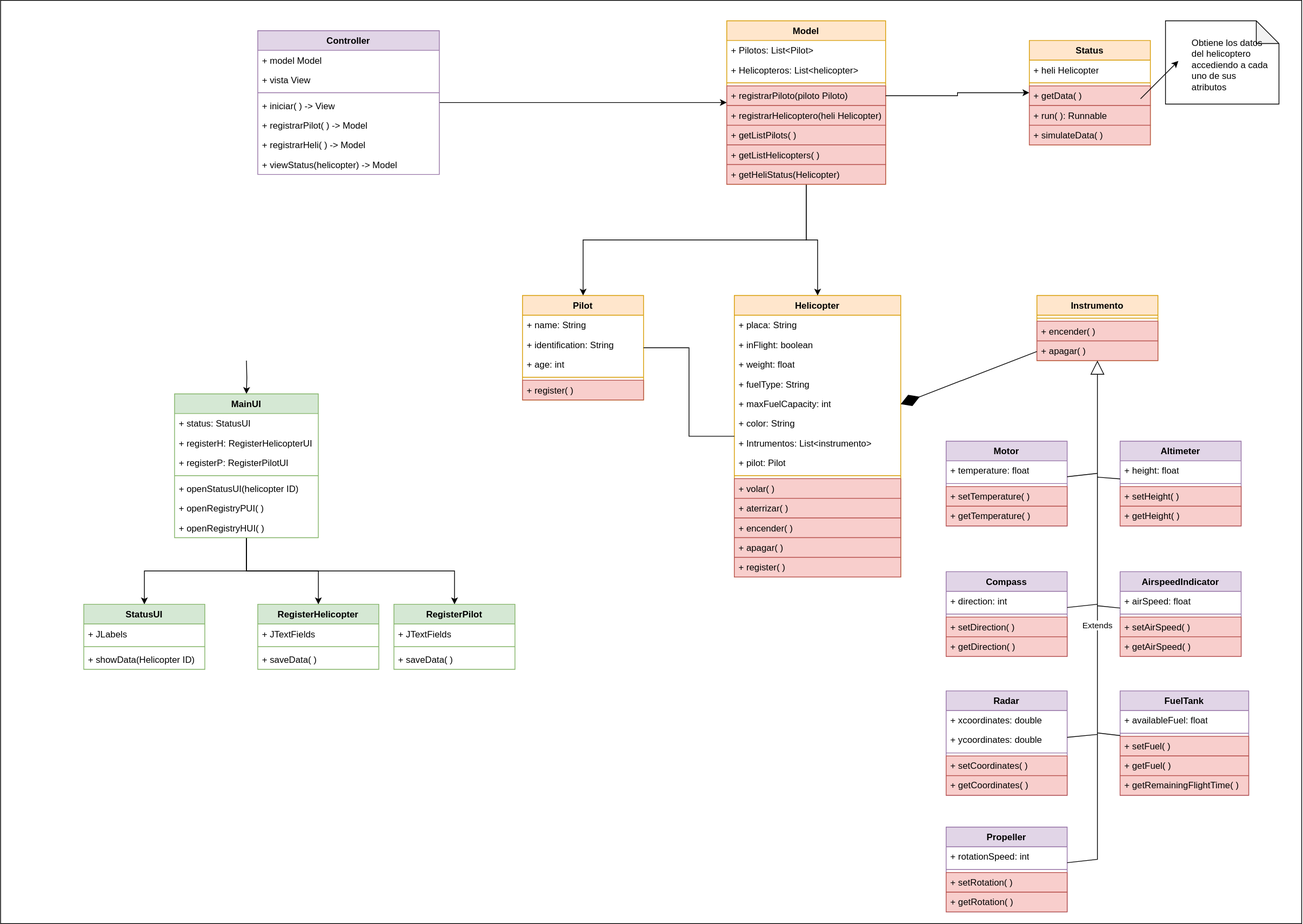
This is diagram.drawio.svg from benjiliang/Helicopter, a draw.io export, as it was before one commit. Source tidied: cells renumbered, new cells last; positions are measured from the earlier drawing's top-left corner, leaving out a move shared by most shapes.
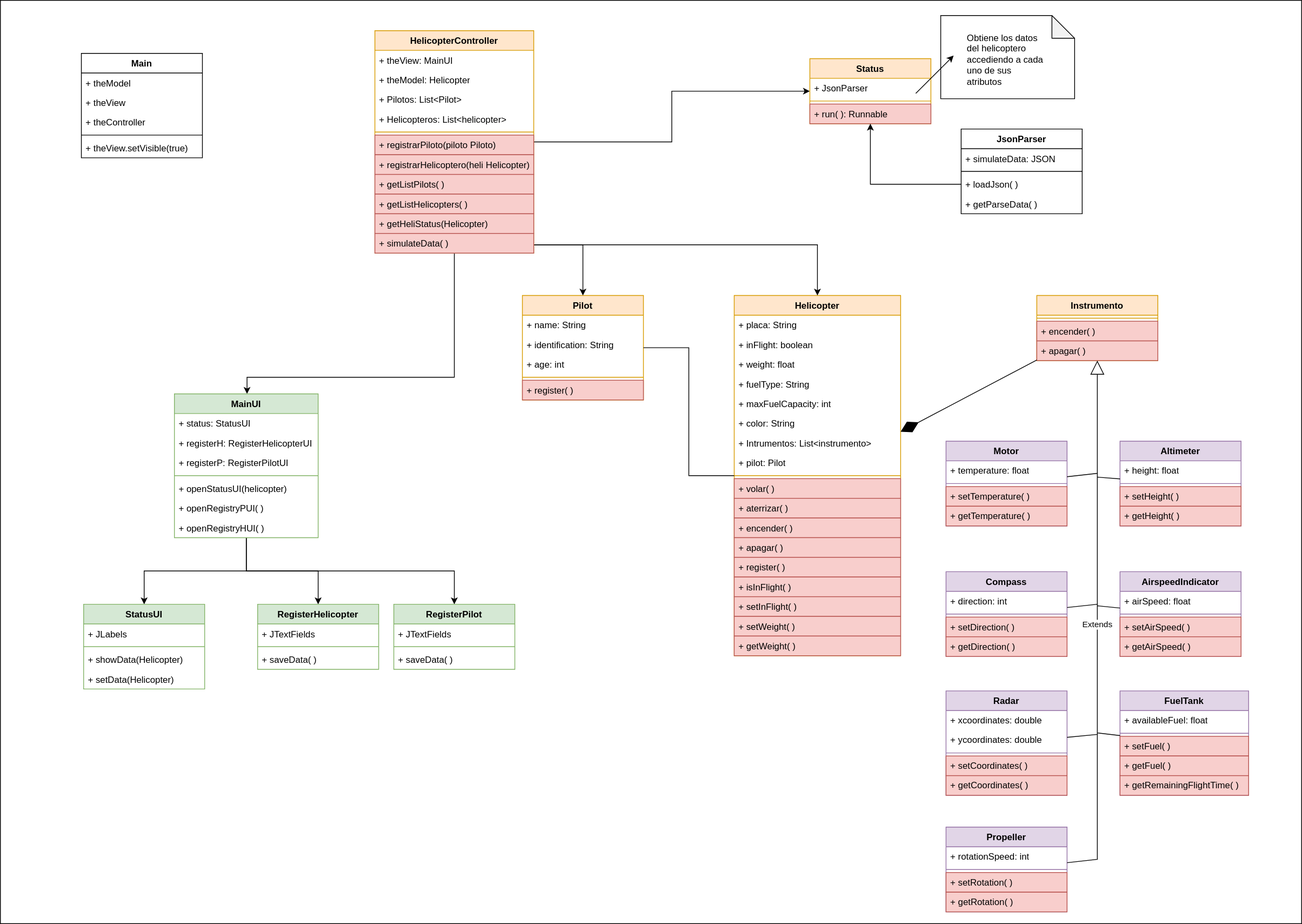
After the change.

Change to the diagram source:
```diff
@@ -26,3 +26,3 @@
     <mxCell id="9" value="Helicopter" style="swimlane;fontStyle=1;align=center;verticalAlign=top;horizontal=1;startSize=26;whiteSpace=wrap;html=1;fillColor=#ffe6cc;strokeColor=#d79b00;" parent="1" vertex="1">
-      <mxGeometry x="970" y="390" width="220" height="372" as="geometry" />
+      <mxGeometry x="970" y="390" width="220" height="476" as="geometry" />
     </mxCell>
@@ -67,4 +67,16 @@
     </mxCell>
+    <mxCell id="128" value="+ register( )" style="text;strokeColor=#b85450;fillColor=#f8cecc;align=left;verticalAlign=top;spacingLeft=4;spacingRight=4;overflow=hidden;whiteSpace=wrap;html=1;" parent="9" vertex="1">
+      <mxGeometry y="346" width="220" height="26" as="geometry" />
+    </mxCell>
+    <mxCell id="129" value="&lt;div&gt;+ isInFlight( )&lt;/div&gt;" style="text;strokeColor=#b85450;fillColor=#f8cecc;align=left;verticalAlign=top;spacingLeft=4;spacingRight=4;overflow=hidden;whiteSpace=wrap;html=1;" parent="9" vertex="1">
+      <mxGeometry y="372" width="220" height="26" as="geometry" />
+    </mxCell>
+    <mxCell id="130" value="&lt;div&gt;+ setInFlight( )&lt;/div&gt;" style="text;strokeColor=#b85450;fillColor=#f8cecc;align=left;verticalAlign=top;spacingLeft=4;spacingRight=4;overflow=hidden;whiteSpace=wrap;html=1;" parent="9" vertex="1">
+      <mxGeometry y="398" width="220" height="26" as="geometry" />
+    </mxCell>
+    <mxCell id="131" value="&lt;div&gt;+ setWeight( )&lt;/div&gt;" style="text;strokeColor=#b85450;fillColor=#f8cecc;align=left;verticalAlign=top;spacingLeft=4;spacingRight=4;overflow=hidden;whiteSpace=wrap;html=1;" parent="9" vertex="1">
+      <mxGeometry y="424" width="220" height="26" as="geometry" />
+    </mxCell>
-    <mxCell id="23" value="+ register( )" style="text;strokeColor=#b85450;fillColor=#f8cecc;align=left;verticalAlign=top;spacingLeft=4;spacingRight=4;overflow=hidden;whiteSpace=wrap;html=1;" parent="9" vertex="1">
-      <mxGeometry y="346" width="220" height="26" as="geometry" />
+    <mxCell id="23" value="&lt;div&gt;+ getWeight( )&lt;/div&gt;" style="text;strokeColor=#b85450;fillColor=#f8cecc;align=left;verticalAlign=top;spacingLeft=4;spacingRight=4;overflow=hidden;whiteSpace=wrap;html=1;" parent="9" vertex="1">
+      <mxGeometry y="450" width="220" height="26" as="geometry" />
     </mxCell>
@@ -236,5 +248,8 @@
     </mxCell>
-    <mxCell id="74" style="edgeStyle=orthogonalEdgeStyle;rounded=0;jettySize=auto;html=1;exitX=0.5;exitY=1;exitDx=0;exitDy=0;" parent="1" edge="1" target="78">
+    <mxCell id="74" style="edgeStyle=orthogonalEdgeStyle;rounded=0;jettySize=auto;html=1;" parent="1" edge="1" source="100" target="78">
       <mxGeometry relative="1" as="geometry">
-        <mxPoint x="325" y="476" as="sourcePoint" />
+        <Array as="points">
+          <mxPoint x="600" y="498" />
+          <mxPoint x="326" y="498" />
+        </Array>
       </mxGeometry>
@@ -265,3 +280,3 @@
     </mxCell>
-    <mxCell id="83" value="+ openStatusUI(helicopter ID)" style="text;strokeColor=none;fillColor=none;align=left;verticalAlign=top;spacingLeft=4;spacingRight=4;overflow=hidden;whiteSpace=wrap;html=1;" parent="78" vertex="1">
+    <mxCell id="83" value="&lt;div&gt;+ openStatusUI(helicopter)&lt;/div&gt;" style="text;strokeColor=none;fillColor=none;align=left;verticalAlign=top;spacingLeft=4;spacingRight=4;overflow=hidden;whiteSpace=wrap;html=1;" parent="78" vertex="1">
       <mxGeometry y="112" width="190" height="26" as="geometry" />
@@ -275,3 +290,3 @@
     <mxCell id="86" value="StatusUI" style="swimlane;fontStyle=1;align=center;verticalAlign=top;horizontal=1;startSize=26;whiteSpace=wrap;html=1;fillColor=#d5e8d4;strokeColor=#82b366;" parent="1" vertex="1">
-      <mxGeometry x="110" y="798" width="160" height="86" as="geometry" />
+      <mxGeometry x="110" y="798" width="160" height="112" as="geometry" />
     </mxCell>
@@ -283,4 +298,7 @@
     </mxCell>
+    <mxCell id="132" value="+ showData(Helicopter)" style="text;strokeColor=none;fillColor=none;align=left;verticalAlign=top;spacingLeft=4;spacingRight=4;overflow=hidden;whiteSpace=wrap;html=1;" parent="86" vertex="1">
+      <mxGeometry y="60" width="160" height="26" as="geometry" />
+    </mxCell>
-    <mxCell id="89" value="+ showData(Helicopter ID)" style="text;strokeColor=none;fillColor=none;align=left;verticalAlign=top;spacingLeft=4;spacingRight=4;overflow=hidden;whiteSpace=wrap;html=1;" parent="86" vertex="1">
-      <mxGeometry y="60" width="160" height="26" as="geometry" />
+    <mxCell id="89" value="+ setData(Helicopter)" style="text;strokeColor=none;fillColor=none;align=left;verticalAlign=top;spacingLeft=4;spacingRight=4;overflow=hidden;whiteSpace=wrap;html=1;" parent="86" vertex="1">
+      <mxGeometry y="86" width="160" height="26" as="geometry" />
     </mxCell>
@@ -311,65 +329,62 @@
     <mxCell id="98" style="edgeStyle=orthogonalEdgeStyle;rounded=0;jettySize=auto;html=1;exitX=0.5;exitY=1;exitDx=0;exitDy=0;" parent="1" edge="1" source="100" target="9">
-      <mxGeometry relative="1" as="geometry" />
+      <mxGeometry relative="1" as="geometry">
+        <Array as="points">
+          <mxPoint x="660" y="256" />
+          <mxPoint x="660" y="323" />
+          <mxPoint x="1080" y="323" />
+        </Array>
+      </mxGeometry>
     </mxCell>
     <mxCell id="99" style="edgeStyle=orthogonalEdgeStyle;rounded=0;jettySize=auto;html=1;exitX=0.5;exitY=1;exitDx=0;exitDy=0;" parent="1" edge="1" source="100" target="3">
-      <mxGeometry relative="1" as="geometry" />
+      <mxGeometry relative="1" as="geometry">
+        <Array as="points">
+          <mxPoint x="660" y="256" />
+          <mxPoint x="660" y="323" />
+          <mxPoint x="770" y="323" />
+        </Array>
+      </mxGeometry>
     </mxCell>
+    <mxCell id="133" style="edgeStyle=orthogonalEdgeStyle;rounded=0;jettySize=auto;html=1;" parent="1" edge="1" source="100" target="118">
+      <mxGeometry relative="1" as="geometry" />
+    </mxCell>
-    <mxCell id="100" value="Model" style="swimlane;fontStyle=1;align=center;verticalAlign=top;horizontal=1;startSize=26;whiteSpace=wrap;html=1;fillColor=#ffe6cc;strokeColor=#d79b00;" parent="1" vertex="1">
-      <mxGeometry x="960" y="27" width="210" height="216" as="geometry" />
+    <mxCell id="100" value="HelicopterController" style="swimlane;fontStyle=1;align=center;verticalAlign=top;horizontal=1;startSize=26;whiteSpace=wrap;html=1;fillColor=#ffe6cc;strokeColor=#d79b00;" parent="1" vertex="1">
+      <mxGeometry x="495" y="40" width="210" height="294" as="geometry" />
     </mxCell>
+    <mxCell id="134" value="+ theView: MainUI" style="text;strokeColor=none;fillColor=none;align=left;verticalAlign=top;spacingLeft=4;spacingRight=4;overflow=hidden;whiteSpace=wrap;html=1;" parent="100" vertex="1">
+      <mxGeometry y="26" width="210" height="26" as="geometry" />
+    </mxCell>
+    <mxCell id="135" value="+ theModel: Helicopter" style="text;strokeColor=none;fillColor=none;align=left;verticalAlign=top;spacingLeft=4;spacingRight=4;overflow=hidden;whiteSpace=wrap;html=1;" parent="100" vertex="1">
+      <mxGeometry y="52" width="210" height="26" as="geometry" />
+    </mxCell>
     <mxCell id="101" value="+ Pilotos: List&amp;lt;Pilot&amp;gt;" style="text;strokeColor=none;fillColor=none;align=left;verticalAlign=top;spacingLeft=4;spacingRight=4;overflow=hidden;whiteSpace=wrap;html=1;" parent="100" vertex="1">
-      <mxGeometry y="26" width="210" height="26" as="geometry" />
+      <mxGeometry y="78" width="210" height="26" as="geometry" />
     </mxCell>
     <mxCell id="102" value="+ Helicopteros: List&amp;lt;helicopter&amp;gt;" style="text;strokeColor=none;fillColor=none;align=left;verticalAlign=top;spacingLeft=4;spacingRight=4;overflow=hidden;whiteSpace=wrap;html=1;" parent="100" vertex="1">
-      <mxGeometry y="52" width="210" height="26" as="geometry" />
+      <mxGeometry y="104" width="210" height="26" as="geometry" />
     </mxCell>
     <mxCell id="103" style="line;strokeWidth=1;fillColor=none;align=left;verticalAlign=middle;spacingTop=-1;spacingLeft=3;spacingRight=3;labelPosition=right;strokeColor=inherit;" parent="100" vertex="1">
-      <mxGeometry y="78" width="210" height="8" as="geometry" />
+      <mxGeometry y="130" width="210" height="8" as="geometry" />
     </mxCell>
     <mxCell id="104" value="+ registrarPiloto(piloto Piloto)" style="text;strokeColor=#b85450;fillColor=#f8cecc;align=left;verticalAlign=top;spacingLeft=4;spacingRight=4;overflow=hidden;points=[[0,0.5],[1,0.5]];portConstraint=eastwest;whiteSpace=wrap;html=1;" parent="100" vertex="1">
-      <mxGeometry y="86" width="210" height="26" as="geometry" />
+      <mxGeometry y="138" width="210" height="26" as="geometry" />
     </mxCell>
     <mxCell id="105" value="+ registrarHelicoptero(heli Helicopter)" style="text;strokeColor=#b85450;fillColor=#f8cecc;align=left;verticalAlign=top;spacingLeft=4;spacingRight=4;overflow=hidden;whiteSpace=wrap;html=1;" parent="100" vertex="1">
-      <mxGeometry y="112" width="210" height="26" as="geometry" />
+      <mxGeometry y="164" width="210" height="26" as="geometry" />
     </mxCell>
     <mxCell id="106" value="+ getListPilots( )" style="text;strokeColor=#b85450;fillColor=#f8cecc;align=left;verticalAlign=top;spacingLeft=4;spacingRight=4;overflow=hidden;whiteSpace=wrap;html=1;" parent="100" vertex="1">
-      <mxGeometry y="138" width="210" height="26" as="geometry" />
+      <mxGeometry y="190" width="210" height="26" as="geometry" />
     </mxCell>
     <mxCell id="107" value="+ getListHelicopters( )" style="text;strokeColor=#b85450;fillColor=#f8cecc;align=left;verticalAlign=top;spacingLeft=4;spacingRight=4;overflow=hidden;whiteSpace=wrap;html=1;" parent="100" vertex="1">
-      <mxGeometry y="164" width="210" height="26" as="geometry" />
+      <mxGeometry y="216" width="210" height="26" as="geometry" />
     </mxCell>
     <mxCell id="108" value="+ getHeliStatus(Helicopter)" style="text;strokeColor=#b85450;fillColor=#f8cecc;align=left;verticalAlign=top;spacingLeft=4;spacingRight=4;overflow=hidden;whiteSpace=wrap;html=1;" parent="100" vertex="1">
-      <mxGeometry y="190" width="210" height="26" as="geometry" />
+      <mxGeometry y="242" width="210" height="26" as="geometry" />
     </mxCell>
-    <mxCell id="109" style="edgeStyle=orthogonalEdgeStyle;rounded=0;jettySize=auto;html=1;exitX=1;exitY=0.5;exitDx=0;exitDy=0;" parent="1" edge="1" source="110" target="100">
-      <mxGeometry relative="1" as="geometry" />
-    </mxCell>
-    <mxCell id="110" value="Controller" style="swimlane;fontStyle=1;align=center;verticalAlign=top;horizontal=1;startSize=26;whiteSpace=wrap;html=1;fillColor=#e1d5e7;strokeColor=#9673a6;" parent="1" vertex="1">
-      <mxGeometry x="340" y="40" width="240" height="190" as="geometry" />
-    </mxCell>
-    <mxCell id="111" value="+ model Model" style="text;strokeColor=none;fillColor=none;align=left;verticalAlign=top;spacingLeft=4;spacingRight=4;overflow=hidden;whiteSpace=wrap;html=1;" parent="110" vertex="1">
-      <mxGeometry y="26" width="240" height="26" as="geometry" />
-    </mxCell>
-    <mxCell id="112" value="+ vista View" style="text;strokeColor=none;fillColor=none;align=left;verticalAlign=top;spacingLeft=4;spacingRight=4;overflow=hidden;whiteSpace=wrap;html=1;" parent="110" vertex="1">
-      <mxGeometry y="52" width="240" height="26" as="geometry" />
-    </mxCell>
-    <mxCell id="113" style="line;strokeWidth=1;fillColor=none;align=left;verticalAlign=middle;spacingTop=-1;spacingLeft=3;spacingRight=3;labelPosition=right;strokeColor=inherit;" parent="110" vertex="1">
-      <mxGeometry y="78" width="240" height="8" as="geometry" />
-    </mxCell>
-    <mxCell id="114" value="+ iniciar( ) -&amp;gt; View" style="text;strokeColor=none;fillColor=none;align=left;verticalAlign=top;spacingLeft=4;spacingRight=4;overflow=hidden;whiteSpace=wrap;html=1;" parent="110" vertex="1">
-      <mxGeometry y="86" width="240" height="26" as="geometry" />
-    </mxCell>
-    <mxCell id="115" value="+ registrarPilot( ) -&amp;gt; Model" style="text;strokeColor=none;fillColor=none;align=left;verticalAlign=top;spacingLeft=4;spacingRight=4;overflow=hidden;whiteSpace=wrap;html=1;" parent="110" vertex="1">
-      <mxGeometry y="112" width="240" height="26" as="geometry" />
-    </mxCell>
-    <mxCell id="116" value="+ registrarHeli( ) -&amp;gt; Model" style="text;strokeColor=none;fillColor=none;align=left;verticalAlign=top;spacingLeft=4;spacingRight=4;overflow=hidden;whiteSpace=wrap;html=1;" parent="110" vertex="1">
-      <mxGeometry y="138" width="240" height="26" as="geometry" />
-    </mxCell>
-    <mxCell id="117" value="+ viewStatus(helicopter) -&amp;gt; Model" style="text;strokeColor=none;fillColor=none;align=left;verticalAlign=top;spacingLeft=4;spacingRight=4;overflow=hidden;whiteSpace=wrap;html=1;" parent="110" vertex="1">
-      <mxGeometry y="164" width="240" height="26" as="geometry" />
-    </mxCell>
+    <mxCell id="123" value="+ simulateData( )" style="text;strokeColor=#b85450;fillColor=#f8cecc;align=left;verticalAlign=top;spacingLeft=4;spacingRight=4;overflow=hidden;whiteSpace=wrap;html=1;" parent="100" vertex="1">
+      <mxGeometry y="268" width="210" height="26" as="geometry" />
+    </mxCell>
     <mxCell id="118" value="Status" style="swimlane;fontStyle=1;align=center;verticalAlign=top;horizontal=1;startSize=26;whiteSpace=wrap;html=1;fillColor=#ffe6cc;strokeColor=#d79b00;" parent="1" vertex="1">
-      <mxGeometry x="1360" y="53" width="160" height="138" as="geometry" />
+      <mxGeometry x="1070" y="77" width="160" height="86" as="geometry" />
     </mxCell>
-    <mxCell id="119" value="+ heli Helicopter" style="text;strokeColor=none;fillColor=none;align=left;verticalAlign=top;spacingLeft=4;spacingRight=4;overflow=hidden;whiteSpace=wrap;html=1;" parent="118" vertex="1">
+    <mxCell id="119" value="+ JsonParser" style="text;strokeColor=none;fillColor=none;align=left;verticalAlign=top;spacingLeft=4;spacingRight=4;overflow=hidden;whiteSpace=wrap;html=1;" parent="118" vertex="1">
       <mxGeometry y="26" width="160" height="26" as="geometry" />
@@ -379,19 +394,10 @@
     </mxCell>
-    <mxCell id="121" value="+ getData( )" style="text;strokeColor=#b85450;fillColor=#f8cecc;align=left;verticalAlign=top;spacingLeft=4;spacingRight=4;overflow=hidden;whiteSpace=wrap;html=1;" parent="118" vertex="1">
-      <mxGeometry y="60" width="160" height="26" as="geometry" />
-    </mxCell>
     <mxCell id="122" value="+ run( ): Runnable" style="text;strokeColor=#b85450;fillColor=#f8cecc;align=left;verticalAlign=top;spacingLeft=4;spacingRight=4;overflow=hidden;whiteSpace=wrap;html=1;" parent="118" vertex="1">
-      <mxGeometry y="86" width="160" height="26" as="geometry" />
+      <mxGeometry y="60" width="160" height="26" as="geometry" />
     </mxCell>
-    <mxCell id="123" value="+ simulateData( )" style="text;strokeColor=#b85450;fillColor=#f8cecc;align=left;verticalAlign=top;spacingLeft=4;spacingRight=4;overflow=hidden;whiteSpace=wrap;html=1;" parent="118" vertex="1">
-      <mxGeometry y="112" width="160" height="26" as="geometry" />
-    </mxCell>
-    <mxCell id="124" style="edgeStyle=orthogonalEdgeStyle;rounded=0;jettySize=auto;html=1;exitX=1;exitY=0.5;exitDx=0;exitDy=0;" parent="1" edge="1" source="104" target="118">
-      <mxGeometry relative="1" as="geometry" />
-    </mxCell>
     <mxCell id="125" style="shape=note;whiteSpace=wrap;html=1;backgroundOutline=1;darkOpacity=0.05;" parent="1" vertex="1">
-      <mxGeometry x="1540" y="27" width="150" height="110" as="geometry" />
+      <mxGeometry x="1243" y="20" width="177" height="110" as="geometry" />
     </mxCell>
     <mxCell id="126" value="&lt;div&gt;Obtiene los datos del helicoptero accediendo a cada uno de sus atributos&lt;br&gt;&lt;/div&gt;" style="text;html=1;strokeColor=none;fillColor=none;spacing=5;spacingTop=-20;whiteSpace=wrap;overflow=hidden;rounded=0;" parent="1" vertex="1">
-      <mxGeometry x="1570" y="60" width="110" height="120" as="geometry" />
+      <mxGeometry x="1273" y="53" width="110" height="67" as="geometry" />
     </mxCell>
@@ -399,6 +405,42 @@
       <mxGeometry relative="1" as="geometry">
-        <mxPoint x="1507" y="130" as="sourcePoint" />
-        <mxPoint x="1557" y="80" as="targetPoint" />
+        <mxPoint x="1210" y="123" as="sourcePoint" />
+        <mxPoint x="1260" y="73" as="targetPoint" />
       </mxGeometry>
     </mxCell>
+    <mxCell id="136" value="Main" style="swimlane;fontStyle=1;align=center;verticalAlign=top;horizontal=1;startSize=26;whiteSpace=wrap;html=1;" parent="1" vertex="1">
+      <mxGeometry x="107" y="70" width="160" height="138" as="geometry" />
+    </mxCell>
+    <mxCell id="137" value="+ theModel" style="text;strokeColor=none;fillColor=none;align=left;verticalAlign=top;spacingLeft=4;spacingRight=4;overflow=hidden;whiteSpace=wrap;html=1;" parent="136" vertex="1">
+      <mxGeometry y="26" width="160" height="26" as="geometry" />
+    </mxCell>
+    <mxCell id="138" value="+ theView" style="text;strokeColor=none;fillColor=none;align=left;verticalAlign=top;spacingLeft=4;spacingRight=4;overflow=hidden;whiteSpace=wrap;html=1;" parent="136" vertex="1">
+      <mxGeometry y="52" width="160" height="26" as="geometry" />
+    </mxCell>
+    <mxCell id="139" value="+ theController" style="text;strokeColor=none;fillColor=none;align=left;verticalAlign=top;spacingLeft=4;spacingRight=4;overflow=hidden;whiteSpace=wrap;html=1;" parent="136" vertex="1">
+      <mxGeometry y="78" width="160" height="26" as="geometry" />
+    </mxCell>
+    <mxCell id="140" style="line;strokeWidth=1;fillColor=none;align=left;verticalAlign=middle;spacingTop=-1;spacingLeft=3;spacingRight=3;labelPosition=right;strokeColor=inherit;" parent="136" vertex="1">
+      <mxGeometry y="104" width="160" height="8" as="geometry" />
+    </mxCell>
+    <mxCell id="141" value="+ theView.setVisible(true)" style="text;strokeColor=none;fillColor=none;align=left;verticalAlign=top;spacingLeft=4;spacingRight=4;overflow=hidden;whiteSpace=wrap;html=1;" parent="136" vertex="1">
+      <mxGeometry y="112" width="160" height="26" as="geometry" />
+    </mxCell>
+    <mxCell id="142" value="JsonParser" style="swimlane;fontStyle=1;align=center;verticalAlign=top;horizontal=1;startSize=26;whiteSpace=wrap;html=1;" parent="1" vertex="1">
+      <mxGeometry x="1270" y="170" width="160" height="112" as="geometry" />
+    </mxCell>
+    <mxCell id="143" value="+ simulateData: JSON" style="text;strokeColor=none;fillColor=none;align=left;verticalAlign=top;spacingLeft=4;spacingRight=4;overflow=hidden;whiteSpace=wrap;html=1;" parent="142" vertex="1">
+      <mxGeometry y="26" width="160" height="26" as="geometry" />
+    </mxCell>
+    <mxCell id="144" style="line;strokeWidth=1;fillColor=none;align=left;verticalAlign=middle;spacingTop=-1;spacingLeft=3;spacingRight=3;labelPosition=right;strokeColor=inherit;" parent="142" vertex="1">
+      <mxGeometry y="52" width="160" height="8" as="geometry" />
+    </mxCell>
+    <mxCell id="145" value="+ loadJson( )" style="text;strokeColor=none;fillColor=none;align=left;verticalAlign=top;spacingLeft=4;spacingRight=4;overflow=hidden;points=[[0,0.5],[1,0.5]];portConstraint=eastwest;whiteSpace=wrap;html=1;" parent="142" vertex="1">
+      <mxGeometry y="60" width="160" height="26" as="geometry" />
+    </mxCell>
+    <mxCell id="146" value="+ getParseData( )" style="text;strokeColor=none;fillColor=none;align=left;verticalAlign=top;spacingLeft=4;spacingRight=4;overflow=hidden;whiteSpace=wrap;html=1;" parent="142" vertex="1">
+      <mxGeometry y="86" width="160" height="26" as="geometry" />
+    </mxCell>
+    <mxCell id="147" style="edgeStyle=orthogonalEdgeStyle;rounded=0;jettySize=auto;html=1;exitX=0;exitY=0.5;exitDx=0;exitDy=0;" parent="1" edge="1" source="145" target="118">
+      <mxGeometry relative="1" as="geometry" />
+    </mxCell>
   </root>
```
